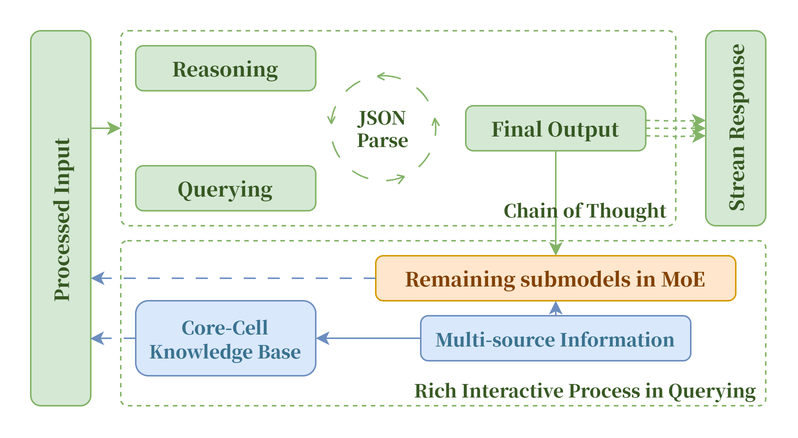
The draw.io diagram index/思维链概要.png in jiwangyihao/Saturn-docs, before a commit. Source tidied: cells renumbered, new cells last; positions are measured from the earlier drawing's top-left corner, leaving out a move shared by most shapes.
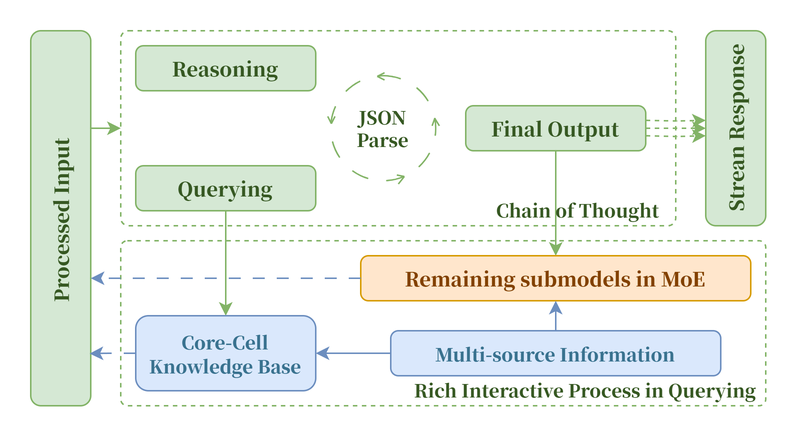
Above is the later version.

Commit message:
feat(docs): 更新了思维链推理系统的图示

The edit, as a diff of the source:
```diff
@@ -11,6 +11,9 @@
     <mxCell id="4" value="Reasoning" style="rounded=1;whiteSpace=wrap;html=1;strokeColor=#82b366;align=center;verticalAlign=middle;fontFamily=思源宋体 CN Heavy;fontSize=13;fontColor=#365822;fillColor=#d5e8d4;arcSize=17;" parent="1" vertex="1">
       <mxGeometry x="175" y="10" width="120" height="30" as="geometry" />
     </mxCell>
+    <mxCell id="36" style="edgeStyle=orthogonalEdgeStyle;rounded=1;jettySize=auto;html=1;strokeColor=#82b366;align=center;verticalAlign=middle;arcSize=17;fontFamily=思源宋体 CN Heavy;fontSize=13;fontColor=#365822;labelBackgroundColor=default;endArrow=classic;fillColor=#d5e8d4;gradientColor=none;" parent="1" edge="1" source="5" target="29">
+      <mxGeometry relative="1" as="geometry" />
+    </mxCell>
     <mxCell id="5" value="Querying" style="rounded=1;whiteSpace=wrap;html=1;strokeColor=#82b366;align=center;verticalAlign=middle;fontFamily=思源宋体 CN Heavy;fontSize=13;fontColor=#365822;fillColor=#d5e8d4;arcSize=17;" parent="1" vertex="1">
       <mxGeometry x="175" y="90" width="120" height="30" as="geometry" />
     </mxCell>
@@ -27,10 +30,10 @@
       <mxGeometry relative="1" as="geometry" />
     </mxCell>
     <mxCell id="10" value="Chain of Thought" style="text;html=1;align=center;verticalAlign=middle;whiteSpace=wrap;rounded=0;fontFamily=思源宋体 CN Heavy;fontColor=#365822;" parent="1" vertex="1">
-      <mxGeometry x="415" y="110" width="120" height="20" as="geometry" />
+      <mxGeometry x="405" y="110" width="130" height="20" as="geometry" />
     </mxCell>
     <mxCell id="11" value="Remaining submodels in MoE" style="rounded=1;whiteSpace=wrap;html=1;strokeColor=#d79b00;align=center;verticalAlign=middle;fontFamily=思源宋体 CN Heavy;fontSize=13;fillColor=#ffe6cc;arcSize=17;fontColor=#824100;" parent="1" vertex="1">
-      <mxGeometry x="335" y="150" width="240" height="30" as="geometry" />
+      <mxGeometry x="325" y="150" width="260" height="30" as="geometry" />
     </mxCell>
     <mxCell id="12" value="Processed Input&amp;nbsp;" style="rounded=1;whiteSpace=wrap;html=1;strokeColor=#82b366;align=center;verticalAlign=middle;fontFamily=思源宋体 CN Heavy;fontSize=13;fontColor=#365822;fillColor=#d5e8d4;arcSize=17;rotation=-90;" parent="1" vertex="1">
       <mxGeometry y="105" width="250" height="40" as="geometry" />
@@ -112,18 +115,18 @@
       </mxGeometry>
     </mxCell>
     <mxCell id="29" value="&lt;span style=&quot;color: rgb(57, 114, 143); font-size: 12px;&quot;&gt;Core-Cell&lt;/span&gt;&lt;div&gt;&lt;span style=&quot;color: rgb(57, 114, 143); font-size: 12px;&quot;&gt;Knowledge Base&lt;/span&gt;&lt;/div&gt;" style="rounded=1;whiteSpace=wrap;html=1;strokeColor=#6c8ebf;align=center;verticalAlign=middle;fontFamily=思源宋体 CN Heavy;fontSize=13;fillColor=#dae8fc;arcSize=17;fontColor=#4a6282;" parent="1" vertex="1">
-      <mxGeometry x="175" y="180" width="120" height="50" as="geometry" />
+      <mxGeometry x="175" y="190" width="120" height="50" as="geometry" />
     </mxCell>
     <mxCell id="30" style="edgeStyle=orthogonalEdgeStyle;rounded=1;jettySize=auto;html=1;strokeColor=#6c8ebf;align=center;verticalAlign=middle;arcSize=17;fontFamily=思源宋体 CN Heavy;fontSize=13;fontColor=#4a6282;labelBackgroundColor=default;endArrow=classic;fillColor=#dae8fc;entryX=1;entryY=0.5;entryDx=0;entryDy=0;" parent="1" edge="1" source="31" target="29">
       <mxGeometry relative="1" as="geometry" />
     </mxCell>
     <mxCell id="31" value="&lt;span style=&quot;color: rgb(57, 114, 143); font-size: 12px;&quot;&gt;Multi-source Information&lt;/span&gt;" style="rounded=1;whiteSpace=wrap;html=1;strokeColor=#6c8ebf;align=center;verticalAlign=middle;fontFamily=思源宋体 CN Heavy;fontSize=13;fillColor=#dae8fc;arcSize=17;fontColor=#4a6282;" parent="1" vertex="1">
-      <mxGeometry x="365" y="190" width="180" height="30" as="geometry" />
+      <mxGeometry x="345" y="200" width="220" height="30" as="geometry" />
     </mxCell>
     <mxCell id="32" style="edgeStyle=orthogonalEdgeStyle;rounded=1;jettySize=auto;html=1;strokeColor=#6c8ebf;align=center;verticalAlign=middle;arcSize=17;fontFamily=思源宋体 CN Heavy;fontSize=13;fontColor=#4a6282;labelBackgroundColor=default;endArrow=classic;fillColor=#dae8fc;exitX=0.5;exitY=0;exitDx=0;exitDy=0;entryX=0.5;entryY=1;entryDx=0;entryDy=0;" parent="1" edge="1" source="31" target="11">
       <mxGeometry relative="1" as="geometry" />
     </mxCell>
-    <mxCell id="33" style="edgeStyle=orthogonalEdgeStyle;rounded=1;jettySize=auto;html=1;strokeColor=#6c8ebf;align=center;verticalAlign=middle;arcSize=17;fontFamily=思源宋体 CN Heavy;fontSize=13;fontColor=#4a6282;labelBackgroundColor=default;startArrow=none;startFill=0;endArrow=classic;endFill=1;fillColor=#dae8fc;gradientColor=none;dashed=1;dashPattern=8 8;entryX=0.179;entryY=0.992;entryDx=0;entryDy=0;entryPerimeter=0;" parent="1" edge="1" source="29" target="12">
+    <mxCell id="33" style="edgeStyle=orthogonalEdgeStyle;rounded=1;jettySize=auto;html=1;strokeColor=#6c8ebf;align=center;verticalAlign=middle;arcSize=17;fontFamily=思源宋体 CN Heavy;fontSize=13;fontColor=#4a6282;labelBackgroundColor=default;startArrow=none;startFill=0;endArrow=classic;endFill=1;fillColor=#dae8fc;gradientColor=none;dashed=1;dashPattern=8 8;entryX=0.139;entryY=0.981;entryDx=0;entryDy=0;entryPerimeter=0;" parent="1" edge="1" source="29" target="12">
       <mxGeometry relative="1" as="geometry" />
     </mxCell>
     <mxCell id="34" style="edgeStyle=orthogonalEdgeStyle;rounded=1;jettySize=auto;html=1;dashed=1;dashPattern=8 8;strokeColor=#6c8ebf;align=center;verticalAlign=middle;arcSize=17;fontFamily=思源宋体 CN Heavy;fontSize=13;fontColor=#4a6282;labelBackgroundColor=default;startArrow=none;startFill=0;endArrow=classic;endFill=1;fillColor=#dae8fc;gradientColor=none;" parent="1" edge="1" source="11">
```
